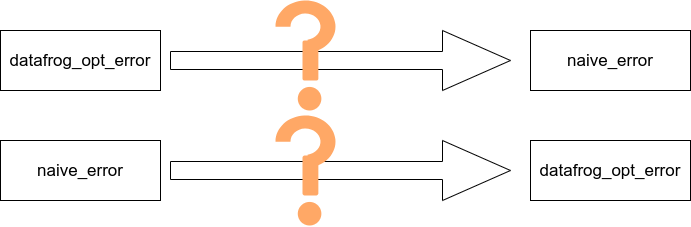
Before: presentation/do2naive_question.drawio.png, a diagram exported from draw.io (lengyijun/polonius-proof). Source tidied: cells renumbered, new cells last; positions are measured from the earlier drawing's top-left corner, leaving out a move shared by most shapes.
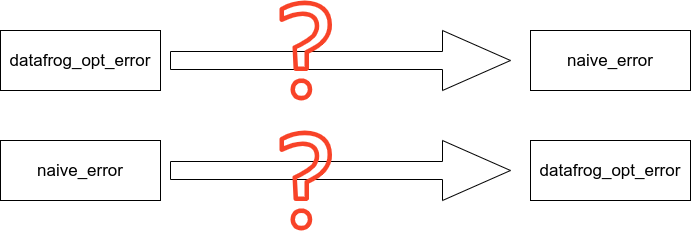
The same diagram one commit later.

Change to the diagram source:
```diff
@@ -20,35 +20,11 @@
     <mxCell id="7" style="shape=singleArrow;whiteSpace=wrap;html=1;fontSize=17;" parent="1" vertex="1">
       <mxGeometry x="170" y="30" width="340" height="60" as="geometry" />
     </mxCell>
-    <mxCell id="8" style="group;fillColor=none;" parent="1" vertex="1">
-      <mxGeometry x="275" width="60" height="110" as="geometry" />
-    </mxCell>
-    <mxCell id="9" style="group;" parent="8" vertex="1">
-      <mxGeometry width="60" height="100" as="geometry" />
-    </mxCell>
-    <mxCell id="10" style="verticalLabelPosition=bottom;verticalAlign=top;html=1;shape=mxgraph.basic.partConcEllipse;startAngle=0.25;endAngle=0.9786695449795314;arcWidth=0.5;rotation=-180;fillColor=#FFA866;strokeColor=none;" parent="9" vertex="1">
-      <mxGeometry width="60" height="52.4" as="geometry" />
-    </mxCell>
-    <mxCell id="11" style="rounded=1;whiteSpace=wrap;html=1;fillColor=#FFA866;strokeColor=none;" parent="9" vertex="1">
-      <mxGeometry x="27" y="40" width="15.9" height="40" as="geometry" />
-    </mxCell>
-    <mxCell id="12" style="ellipse;whiteSpace=wrap;html=1;fillColor=#FFA866;strokeColor=none;" parent="8" vertex="1">
-      <mxGeometry x="22.3" y="86.4" width="23.6" height="23.6" as="geometry" />
-    </mxCell>
-    <mxCell id="13" style="group;fillColor=none;" parent="1" vertex="1">
-      <mxGeometry x="275" y="115" width="60" height="110" as="geometry" />
-    </mxCell>
-    <mxCell id="14" style="group;" parent="13" vertex="1">
-      <mxGeometry width="60" height="100" as="geometry" />
-    </mxCell>
-    <mxCell id="15" style="verticalLabelPosition=bottom;verticalAlign=top;html=1;shape=mxgraph.basic.partConcEllipse;startAngle=0.25;endAngle=0.9786695449795314;arcWidth=0.5;rotation=-180;fillColor=#FFA866;strokeColor=none;" parent="14" vertex="1">
-      <mxGeometry width="60" height="52.4" as="geometry" />
-    </mxCell>
-    <mxCell id="16" style="rounded=1;whiteSpace=wrap;html=1;fillColor=#FFA866;strokeColor=none;" parent="14" vertex="1">
-      <mxGeometry x="27" y="40" width="15.9" height="40" as="geometry" />
-    </mxCell>
-    <mxCell id="17" style="ellipse;whiteSpace=wrap;html=1;fillColor=#FFA866;strokeColor=none;" parent="13" vertex="1">
-      <mxGeometry x="22.3" y="86.4" width="23.6" height="23.6" as="geometry" />
-    </mxCell>
+    <mxCell id="18" style="sketch=0;fillColor=#F84328;strokeColor=default;dashed=0;verticalLabelPosition=bottom;verticalAlign=top;align=center;html=1;fontSize=12;fontStyle=0;shape=mxgraph.aws4.question;" parent="1" vertex="1">
+      <mxGeometry x="279" width="52.6" height="100" as="geometry" />
+    </mxCell>
+    <mxCell id="19" style="sketch=0;fillColor=#F84328;strokeColor=default;dashed=0;verticalLabelPosition=bottom;verticalAlign=top;align=center;html=1;fontSize=12;fontStyle=0;shape=mxgraph.aws4.question;" parent="1" vertex="1">
+      <mxGeometry x="279" y="130" width="52.6" height="100" as="geometry" />
+    </mxCell>
   </root>
 </mxGraphModel>
```
